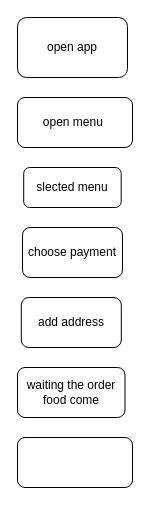
The draw.io diagram flowchart.drawio in nia148/kirstenbe2679190_prosess-order, before the edit. Source tidied: cells renumbered, new cells numbered last; positions are measured from the earlier drawing's top-left corner, leaving out a move shared by most shapes. Both pictures are drawn from the tidied source at 100%, with x=0, y=0 at pixel (17, 17).
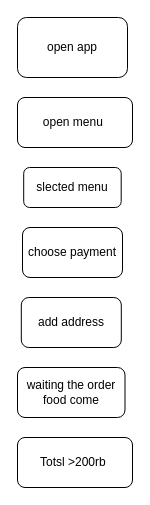
The same diagram, later.

Commit message:
Inisialisasi pengkondisian

The edit, as a diff of the source:
```diff
@@
 <mxGraphModel>
   <root>
     <mxCell id="0" />
     <mxCell id="1" parent="0" />
     <mxCell id="2" value="open app" style="rounded=1;whiteSpace=wrap;html=1;" parent="1" vertex="1">
       <mxGeometry width="110" height="60" as="geometry" />
     </mxCell>
     <mxCell id="3" value="open menu&amp;nbsp;" style="rounded=1;whiteSpace=wrap;html=1;" parent="1" vertex="1">
       <mxGeometry y="80" width="115" height="50" as="geometry" />
     </mxCell>
     <mxCell id="4" value="slected menu" style="rounded=1;whiteSpace=wrap;html=1;" parent="1" vertex="1">
       <mxGeometry x="6.2" y="150" width="97.5" height="40" as="geometry" />
     </mxCell>
     <mxCell id="5" value="choose payment" style="rounded=1;whiteSpace=wrap;html=1;" parent="1" vertex="1">
       <mxGeometry x="5" y="210" width="100" height="50" as="geometry" />
     </mxCell>
     <mxCell id="6" value="add address" style="rounded=1;whiteSpace=wrap;html=1;" parent="1" vertex="1">
       <mxGeometry x="3.8" y="280" width="100" height="50" as="geometry" />
     </mxCell>
     <mxCell id="7" value="waiting the order food come" style="rounded=1;whiteSpace=wrap;html=1;" parent="1" vertex="1">
       <mxGeometry y="350" width="107.5" height="50" as="geometry" />
     </mxCell>
-    <mxCell id="8" style="rounded=1;whiteSpace=wrap;html=1;" parent="1" vertex="1">
+    <mxCell id="8" value="Totsl &amp;gt;200rb&amp;nbsp;" style="rounded=1;whiteSpace=wrap;html=1;" parent="1" vertex="1">
       <mxGeometry y="420" width="115" height="50" as="geometry" />
     </mxCell>
   </root>
 </mxGraphModel>
```
